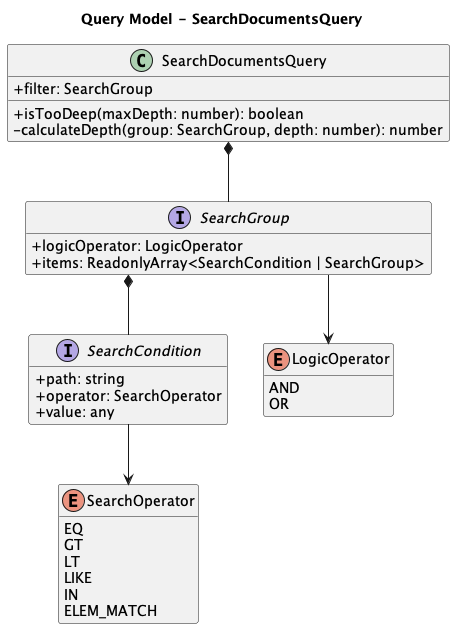
7-ZPUs/Docs keeps this PlantUML diagram as out/3_PB/DocumentiEsterni/DiagrammiSpecificaTecnica/C4/C4_backend_Search/C4_backend_Search-10.png. Above is the earlier version. The source it was exported from:
```plantuml
@startuml
title Query Model - SearchDocumentsQuery

skinparam classAttributeIconSize 0
skinparam linetype ortho
hide empty members

class SearchDocumentsQuery {
    + filter: SearchGroup
    + isTooDeep(maxDepth: number): boolean
    - calculateDepth(group: SearchGroup, depth: number): number
}
interface SearchGroup {
    + logicOperator: LogicOperator
    + items: ReadonlyArray<SearchCondition | SearchGroup>
}
interface SearchCondition {
    + path: string
    + operator: SearchOperator
    + value: any
}
enum LogicOperator {
    AND
    OR
}
enum SearchOperator {
    EQ
    GT
    LT
    LIKE
    IN
    ELEM_MATCH
}

SearchDocumentsQuery *-- SearchGroup
SearchGroup          *-- SearchCondition
SearchGroup          --> LogicOperator
SearchCondition      --> SearchOperator

@enduml
```
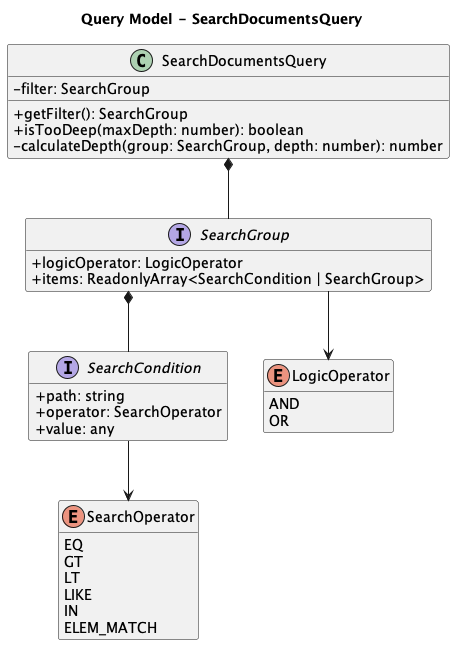
After the change.

Commit message:
Correzioni parte Search

What changed in the source:
```diff
@@ -6,7 +6,8 @@
 hide empty members
 
 class SearchDocumentsQuery {
-    + filter: SearchGroup
+    - filter: SearchGroup
+    + getFilter(): SearchGroup
     + isTooDeep(maxDepth: number): boolean
     - calculateDepth(group: SearchGroup, depth: number): number
 }
```
